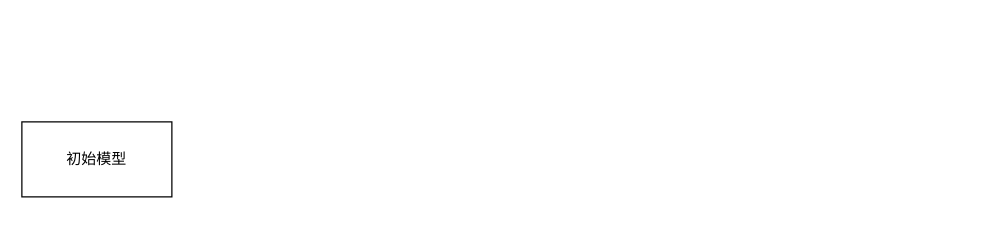
Above: 训练流程.drawio in ChengziMao/diagrams (draw.io), before the change. Source tidied: cells renumbered, new cells numbered last; positions are measured from the earlier drawing's top-left corner, leaving out a move shared by most shapes. Both pictures are drawn from the tidied source at 125%, with x=0, y=0 at pixel (21, 121).
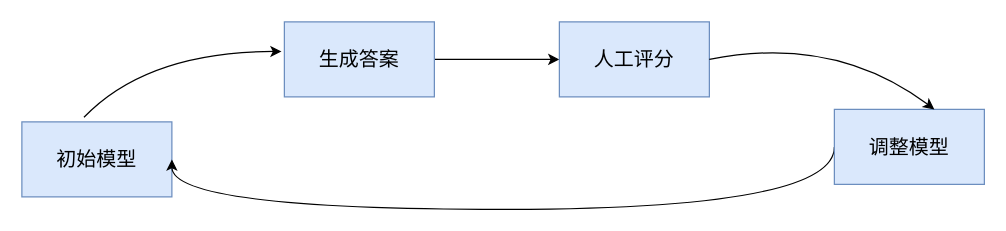
After the change.

Commit message (it also covers changes not shown here):
更新训练流程.drawio

What changed in the source:
```diff
@@
 <mxGraphModel>
   <root>
     <mxCell id="0" />
     <mxCell id="1" parent="0" />
-    <mxCell id="2" value="&lt;font style=&quot;vertical-align: inherit;&quot; class=&quot;notranslate fyzs-translate-target fyzs-translate-target-wrapper&quot;&gt;&lt;font style=&quot;vertical-align: inherit;&quot; class=&quot;notranslate fyzs-translate-target fyzs-translate-target-box&quot;&gt;&lt;font style=&quot;vertical-align: inherit;&quot; title=&quot;c&quot; class=&quot;notranslate fyzs-translate-target fyzs-translate-target-text&quot;&gt;初始模型&lt;/font&gt;&lt;/font&gt;&lt;/font&gt;" style="rounded=0;whiteSpace=wrap;html=1;" parent="1" vertex="1">
+    <mxCell id="2" value="&lt;font style=&quot;vertical-align: inherit;&quot; class=&quot;notranslate fyzs-translate-target fyzs-translate-target-wrapper&quot;&gt;&lt;font style=&quot;vertical-align: inherit;&quot; class=&quot;notranslate fyzs-translate-target fyzs-translate-target-box&quot;&gt;&lt;font style=&quot;vertical-align: inherit;&quot; title=&quot;c&quot; class=&quot;notranslate fyzs-translate-target fyzs-translate-target-text&quot;&gt;初始模型&lt;/font&gt;&lt;/font&gt;&lt;/font&gt;" style="rounded=0;whiteSpace=wrap;html=1;fontSize=16;fillColor=#dae8fc;strokeColor=#6c8ebf;" parent="1" vertex="1">
       <mxGeometry width="120" height="60" as="geometry" />
     </mxCell>
+    <mxCell id="3" style="edgeStyle=orthogonalEdgeStyle;rounded=0;jettySize=auto;html=1;fontSize=16;" parent="1" edge="1" source="4" target="5">
+      <mxGeometry relative="1" as="geometry" />
+    </mxCell>
+    <mxCell id="4" value="&lt;font style=&quot;vertical-align: inherit;&quot; class=&quot;notranslate fyzs-translate-target fyzs-translate-target-wrapper&quot;&gt;&lt;font style=&quot;vertical-align: inherit;&quot; class=&quot;notranslate fyzs-translate-target fyzs-translate-target-box&quot;&gt;&lt;font style=&quot;vertical-align: inherit;&quot; title=&quot;s&quot; class=&quot;notranslate fyzs-translate-target fyzs-translate-target-text&quot;&gt;生成答案&lt;/font&gt;&lt;/font&gt;&lt;/font&gt;" style="rounded=0;whiteSpace=wrap;html=1;fontSize=16;fillColor=#dae8fc;strokeColor=#6c8ebf;" parent="1" vertex="1">
+      <mxGeometry x="210" y="-80" width="120" height="60" as="geometry" />
+    </mxCell>
+    <mxCell id="5" value="&lt;font style=&quot;vertical-align: inherit;&quot; class=&quot;notranslate fyzs-translate-target fyzs-translate-target-wrapper&quot;&gt;&lt;font style=&quot;vertical-align: inherit;&quot; class=&quot;notranslate fyzs-translate-target fyzs-translate-target-box&quot;&gt;&lt;font style=&quot;vertical-align: inherit;&quot; title=&quot;s&quot; class=&quot;notranslate fyzs-translate-target fyzs-translate-target-text&quot;&gt;人工评分&lt;/font&gt;&lt;/font&gt;&lt;/font&gt;" style="rounded=0;whiteSpace=wrap;html=1;fontSize=16;fillColor=#dae8fc;strokeColor=#6c8ebf;" parent="1" vertex="1">
+      <mxGeometry x="430" y="-80" width="120" height="60" as="geometry" />
+    </mxCell>
+    <mxCell id="6" style="edgeStyle=orthogonalEdgeStyle;rounded=0;jettySize=auto;html=1;exitX=0;exitY=0.5;exitDx=0;exitDy=0;entryX=1;entryY=0.5;entryDx=0;entryDy=0;curved=1;fontSize=16;" parent="1" edge="1" source="7" target="2">
+      <mxGeometry relative="1" as="geometry">
+        <Array as="points">
+          <mxPoint x="650" y="70" />
+          <mxPoint x="120" y="70" />
+        </Array>
+      </mxGeometry>
+    </mxCell>
+    <mxCell id="7" value="&lt;font style=&quot;vertical-align: inherit;&quot; class=&quot;notranslate fyzs-translate-target fyzs-translate-target-wrapper&quot;&gt;&lt;font style=&quot;vertical-align: inherit;&quot; class=&quot;notranslate fyzs-translate-target fyzs-translate-target-box&quot;&gt;&lt;font style=&quot;vertical-align: inherit;&quot; title=&quot;t&quot; class=&quot;notranslate fyzs-translate-target fyzs-translate-target-text&quot;&gt;调整模型&lt;/font&gt;&lt;/font&gt;&lt;/font&gt;" style="rounded=0;whiteSpace=wrap;html=1;fontSize=16;fillColor=#dae8fc;strokeColor=#6c8ebf;" parent="1" vertex="1">
+      <mxGeometry x="650" y="-10" width="120" height="60" as="geometry" />
+    </mxCell>
+    <mxCell id="8" style="endArrow=classic;html=1;rounded=0;exitX=0.414;exitY=-0.061;exitDx=0;exitDy=0;exitPerimeter=0;entryX=-0.019;entryY=0.394;entryDx=0;entryDy=0;entryPerimeter=0;curved=1;fontSize=16;" parent="1" edge="1" source="2" target="4">
+      <mxGeometry relative="1" as="geometry">
+        <Array as="points">
+          <mxPoint x="100" y="-56" />
+        </Array>
+      </mxGeometry>
+    </mxCell>
+    <mxCell id="9" style="endArrow=classic;html=1;rounded=0;exitX=1;exitY=0.5;exitDx=0;exitDy=0;entryX=0.583;entryY=0;entryDx=0;entryDy=0;entryPerimeter=0;curved=1;fontSize=16;" parent="1" edge="1" source="5">
+      <mxGeometry relative="1" as="geometry">
+        <mxPoint x="730" y="-10" as="targetPoint" />
+        <Array as="points">
+          <mxPoint x="650" y="-70" />
+        </Array>
+      </mxGeometry>
+    </mxCell>
   </root>
 </mxGraphModel>
```
